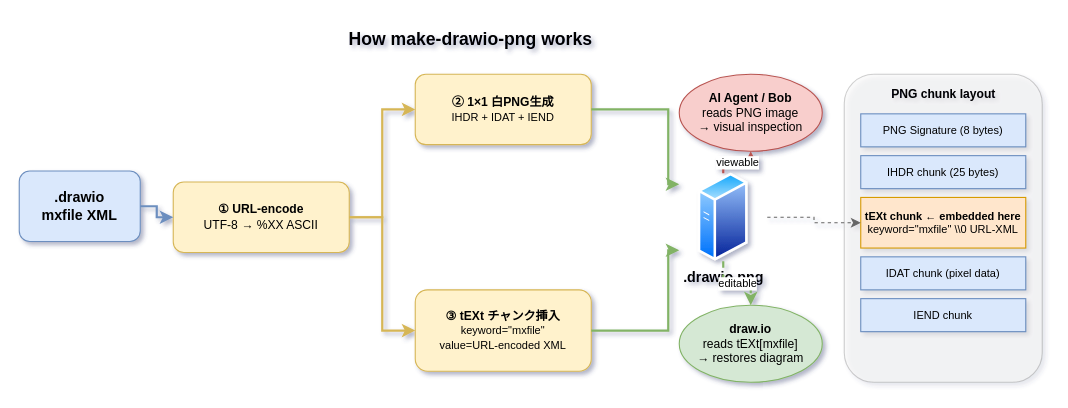
phssakaigawa/make-drawio-png keeps this draw.io diagram as docs/how-it-works.drawio. Above is the earlier version. Source tidied: cells renumbered, new cells numbered last; positions are measured from the earlier drawing's top-left corner, leaving out a move shared by most shapes. Both pictures are drawn from the tidied source at 110%, with x=0, y=0 at pixel (19, 19).
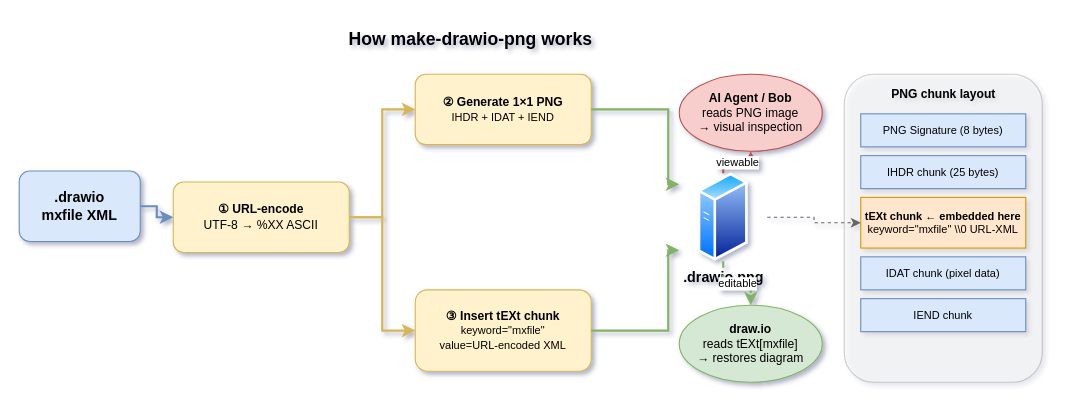
The same diagram, later.

Commit message (it also covers changes not shown here):
docs: add Japanese diagram (how-it-works.ja.drawio.png)

The edit, as a diff of the source:
```diff
@@
-    <mxCell id="4" value="&lt;b&gt;② 1×1 白PNG生成&lt;/b&gt;&lt;br/&gt;&lt;font style='font-size:10px;'&gt;IHDR + IDAT + IEND&lt;/font&gt;" style="rounded=1;whiteSpace=wrap;html=1;fillColor=#fff2cc;strokeColor=#d6b656;fontSize=11;arcSize=15;" parent="1" vertex="1">
+    <mxCell id="4" value="&lt;b&gt;② Generate 1×1 PNG&lt;/b&gt;&lt;br/&gt;&lt;font style='font-size:10px;'&gt;IHDR + IDAT + IEND&lt;/font&gt;" style="rounded=1;whiteSpace=wrap;html=1;fillColor=#fff2cc;strokeColor=#d6b656;fontSize=11;arcSize=15;" parent="1" vertex="1">
       <mxGeometry x="360" y="50" width="160" height="64" as="geometry" />
     </mxCell>
-    <mxCell id="5" value="&lt;b&gt;③ tEXt チャンク挿入&lt;/b&gt;&lt;br/&gt;&lt;font style='font-size:10px;'&gt;keyword=&amp;quot;mxfile&amp;quot;&lt;br/&gt;value=URL-encoded XML&lt;/font&gt;" style="rounded=1;whiteSpace=wrap;html=1;fillColor=#fff2cc;strokeColor=#d6b656;fontSize=11;arcSize=15;" parent="1" vertex="1">
+    <mxCell id="5" value="&lt;b&gt;③ Insert tEXt chunk&lt;/b&gt;&lt;br/&gt;&lt;font style='font-size:10px;'&gt;keyword=&amp;quot;mxfile&amp;quot;&lt;br/&gt;value=URL-encoded XML&lt;/font&gt;" style="rounded=1;whiteSpace=wrap;html=1;fillColor=#fff2cc;strokeColor=#d6b656;fontSize=11;arcSize=15;" parent="1" vertex="1">
       <mxGeometry x="360" y="246" width="160" height="74" as="geometry" />
     </mxCell>
```
